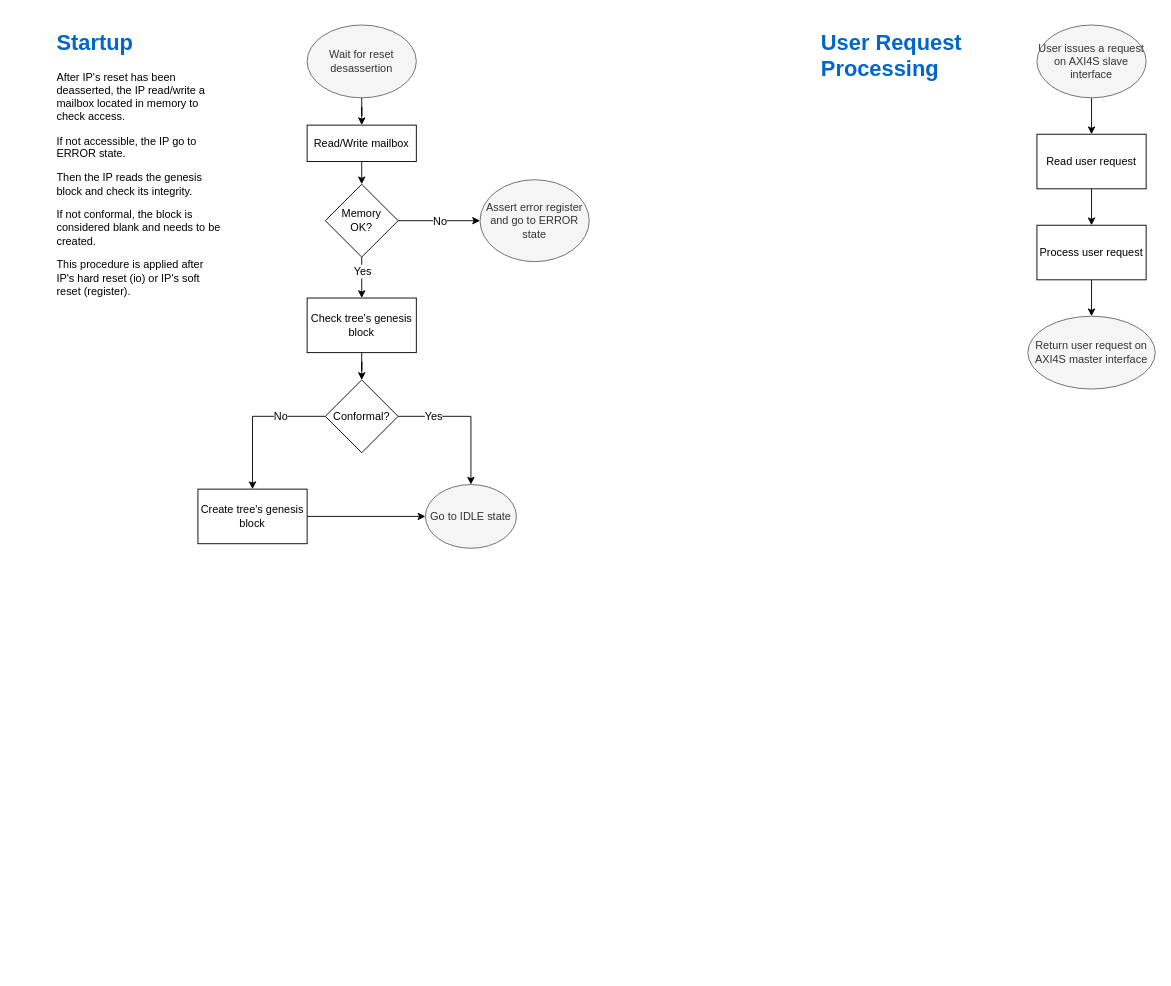
Above: page "Algorithms 01" (5 of 6) of doc/figures.drawio.xml in dpretet/bster (draw.io), before the change. Source tidied: cells renumbered, new cells numbered last; positions are measured from the earlier drawing's top-left corner, leaving out a move shared by most shapes. Both pictures are drawn from the tidied source at 91%, with x=0, y=0 at pixel (52, 25).
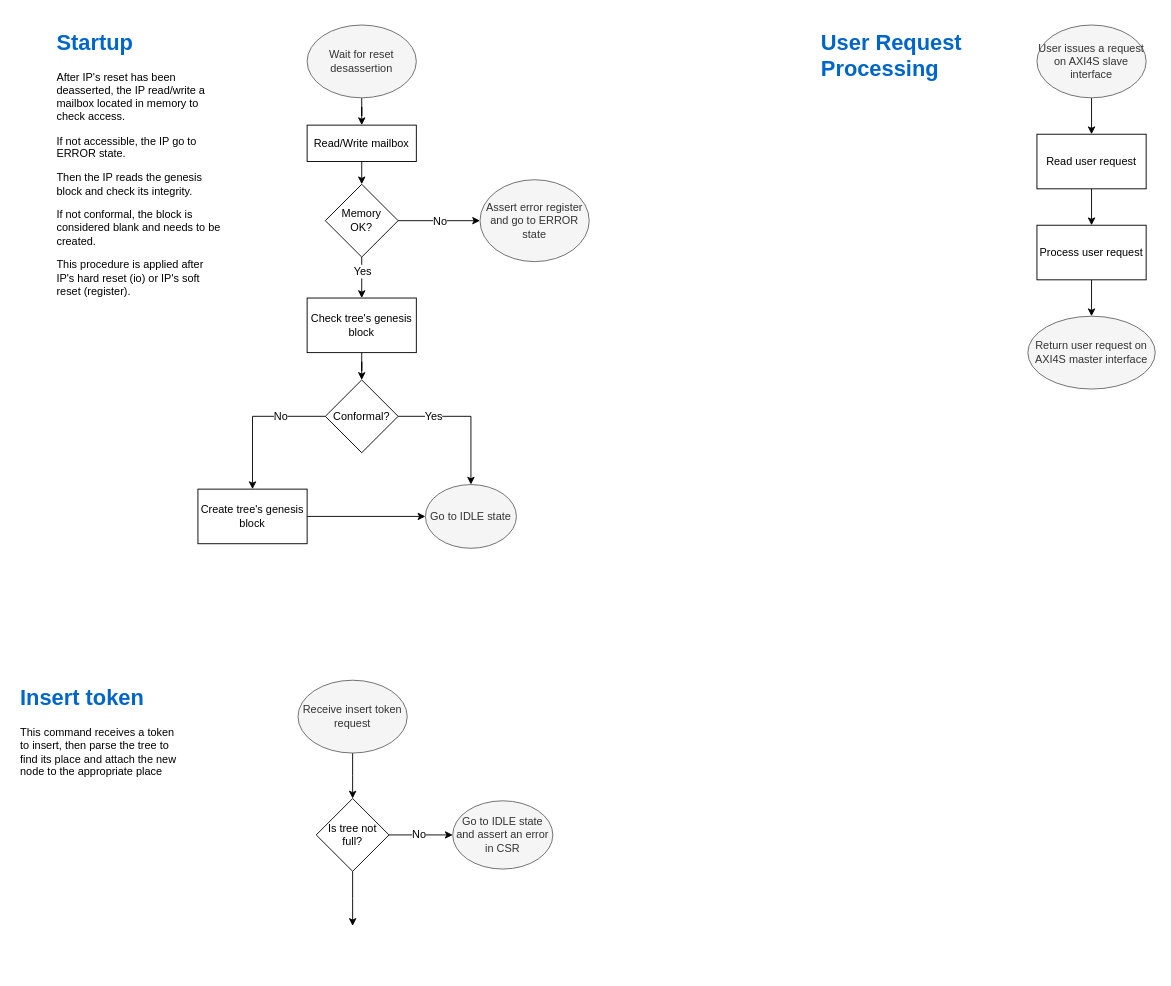
The same diagram, later.

Diff of the diagram source:
```diff
@@
+    <mxCell id="31" value="&lt;h1&gt;&lt;font color=&quot;#0066cc&quot;&gt;Insert token&lt;/font&gt;&lt;/h1&gt;&lt;p&gt;This command receives a token to insert, then parse the tree to find its place and attach the new node to the appropriate place&lt;/p&gt;" style="text;html=1;strokeColor=none;fillColor=none;spacing=5;spacingTop=-20;whiteSpace=wrap;overflow=hidden;rounded=0;" parent="1" vertex="1">
+      <mxGeometry x="-40" y="720" width="190" height="320" as="geometry" />
+    </mxCell>
+    <mxCell id="32" style="edgeStyle=orthogonalEdgeStyle;rounded=0;jettySize=auto;html=1;exitX=0.5;exitY=1;exitDx=0;exitDy=0;entryX=0.5;entryY=0;entryDx=0;entryDy=0;" parent="1" edge="1" source="33">
+      <mxGeometry relative="1" as="geometry">
+        <mxPoint x="330" y="850" as="targetPoint" />
+      </mxGeometry>
+    </mxCell>
+    <mxCell id="33" value="Receive insert token request" style="ellipse;whiteSpace=wrap;html=1;fillColor=#f5f5f5;strokeColor=#666666;fontColor=#333333;" parent="1" vertex="1">
+      <mxGeometry x="270" y="720" width="120" height="80" as="geometry" />
+    </mxCell>
+    <mxCell id="34" style="edgeStyle=orthogonalEdgeStyle;rounded=0;jettySize=auto;html=1;exitX=1;exitY=0.5;exitDx=0;exitDy=0;entryX=0;entryY=0.5;entryDx=0;entryDy=0;" parent="1" edge="1" source="37" target="38">
+      <mxGeometry relative="1" as="geometry" />
+    </mxCell>
+    <mxCell id="35" value="No" style="text;html=1;align=center;verticalAlign=middle;labelBackgroundColor=#ffffff;" parent="34" vertex="1">
+      <mxGeometry x="-0.09" y="1" relative="1" as="geometry" />
+    </mxCell>
+    <mxCell id="36" style="edgeStyle=orthogonalEdgeStyle;rounded=0;jettySize=auto;html=1;exitX=0.5;exitY=1;exitDx=0;exitDy=0;" parent="1" edge="1" source="37">
+      <mxGeometry relative="1" as="geometry">
+        <mxPoint x="330" y="990" as="targetPoint" />
+      </mxGeometry>
+    </mxCell>
+    <mxCell id="37" value="Is tree not full?" style="rhombus;whiteSpace=wrap;html=1;" parent="1" vertex="1">
+      <mxGeometry x="290" y="850" width="80" height="80" as="geometry" />
+    </mxCell>
+    <mxCell id="38" value="&lt;span&gt;Go to IDLE state and assert an error in CSR&lt;/span&gt;" style="ellipse;whiteSpace=wrap;html=1;fillColor=#f5f5f5;strokeColor=#666666;fontColor=#333333;" parent="1" vertex="1">
+      <mxGeometry x="440" y="852.5" width="110" height="75" as="geometry" />
+    </mxCell>
```
